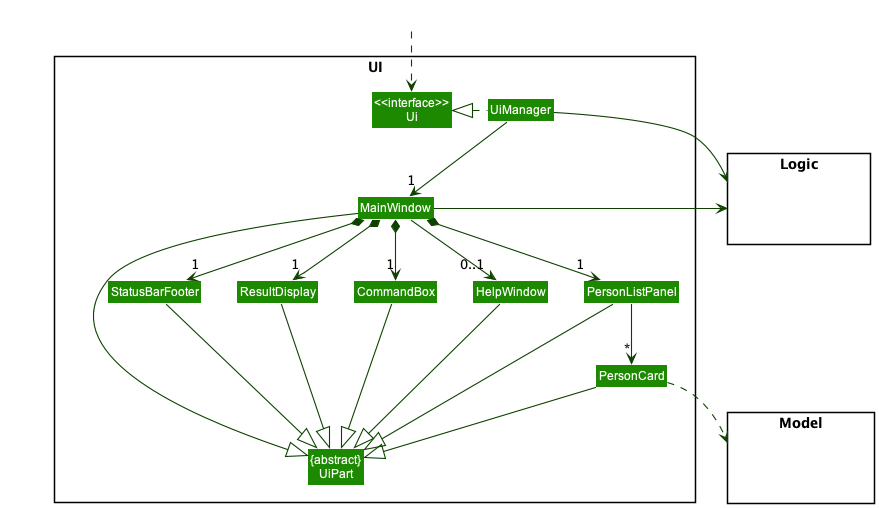
nus-cs2103-AY2223S1/tp keeps this PlantUML diagram as docs/images/UiClassDiagram.png. Above is the earlier version.
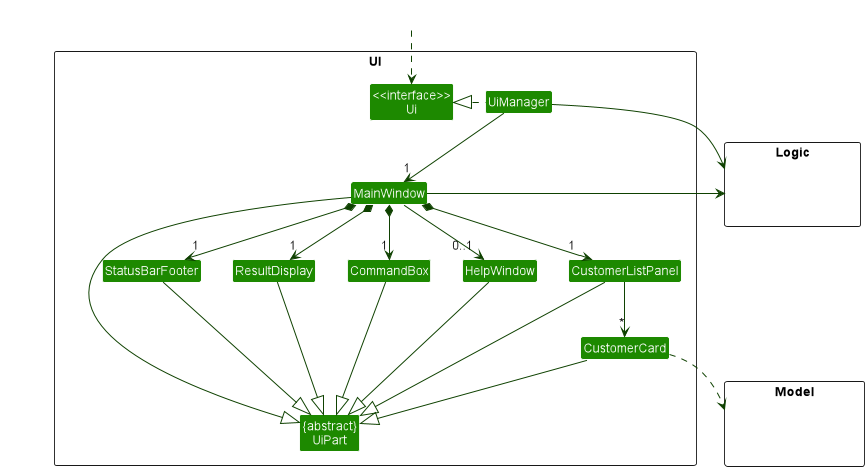
After the change.

Commit message:
Update model diagram address multiplicity

The edit, as a diff of the source:
```diff
@@ -11,8 +11,8 @@
 Class MainWindow
 Class HelpWindow
 Class ResultDisplay
-Class PersonListPanel
-Class PersonCard
+Class CustomerListPanel
+Class CustomerCard
 Class StatusBarFooter
 Class CommandBox
 }
@@ -32,26 +32,26 @@
 UiManager -down-> "1" MainWindow
 MainWindow *-down->  "1" CommandBox
 MainWindow *-down-> "1" ResultDisplay
-MainWindow *-down-> "1" PersonListPanel
+MainWindow *-down-> "1" CustomerListPanel
 MainWindow *-down-> "1" StatusBarFooter
 MainWindow --> "0..1" HelpWindow
 
-PersonListPanel -down-> "*" PersonCard
+CustomerListPanel -down-> "*" CustomerCard
 
 MainWindow -left-|> UiPart
 
 ResultDisplay --|> UiPart
 CommandBox --|> UiPart
-PersonListPanel --|> UiPart
-PersonCard --|> UiPart
+CustomerListPanel --|> UiPart
+CustomerCard --|> UiPart
 StatusBarFooter --|> UiPart
 HelpWindow --|> UiPart
 
-PersonCard ..> Model
+CustomerCard ..> Model
 UiManager -right-> Logic
 MainWindow -left-> Logic
 
-PersonListPanel -[hidden]left- HelpWindow
+CustomerListPanel -[hidden]left- HelpWindow
 HelpWindow -[hidden]left- CommandBox
 CommandBox -[hidden]left- ResultDisplay
 ResultDisplay -[hidden]left- StatusBarFooter
```
